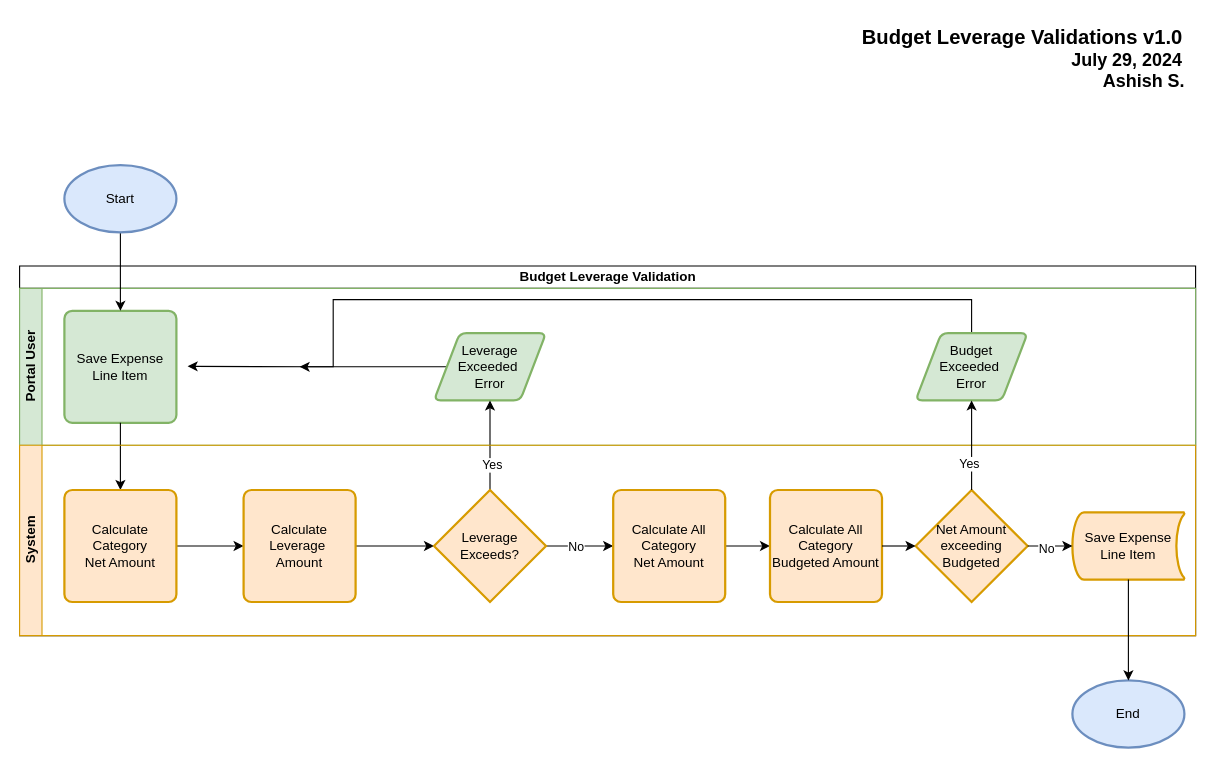
Before: ODH/Ohio.drawio in AshishSinghSFDC/System-Design, a draw.io diagram. Source tidied: cells renumbered, new cells numbered last; positions are measured from the earlier drawing's top-left corner, leaving out a move shared by most shapes. Both pictures are drawn from the tidied source at 112%, with x=0, y=0 at pixel (19, 19).
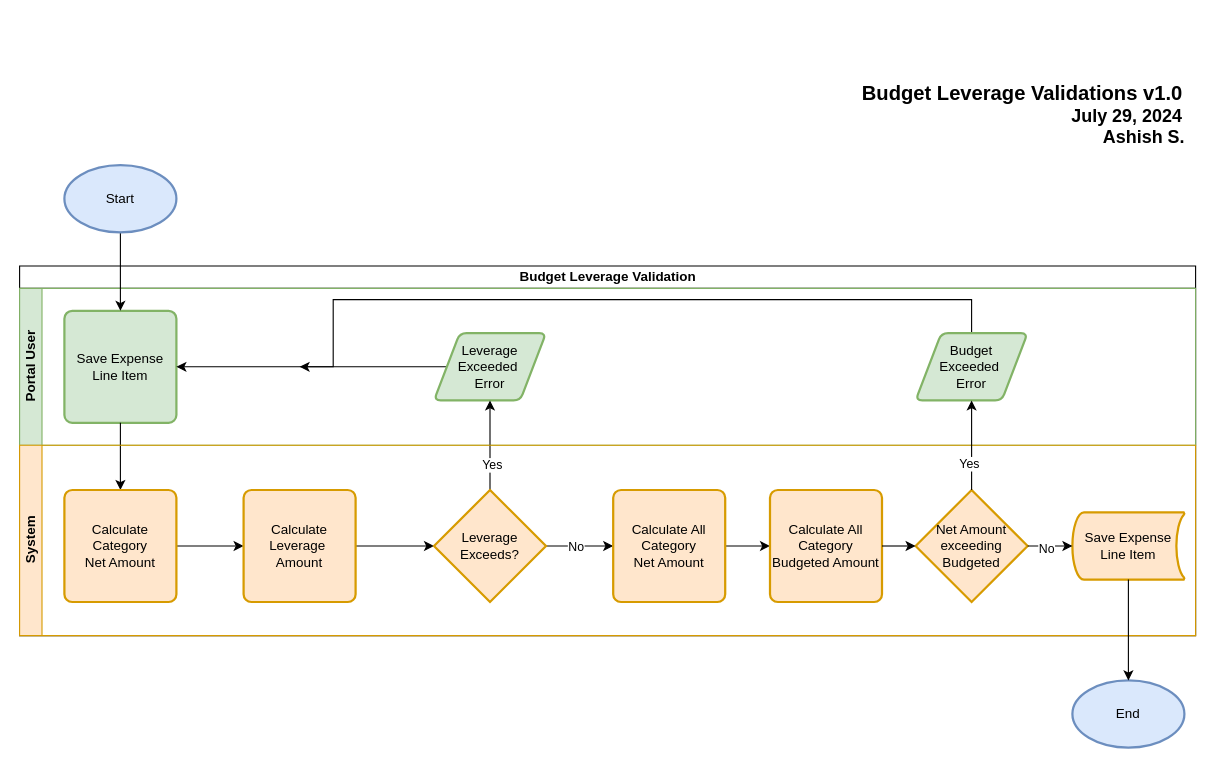
The same diagram, later.

Unchanged cells that the change refers to:
```xml
<mxCell id="3" value="Portal User" style="swimlane;startSize=20;horizontal=0;html=1;fillColor=#d5e8d4;strokeColor=#82b366;" parent="2" vertex="1">
  <mxGeometry y="20" width="1050" height="140" as="geometry" />
</mxCell>
<mxCell id="4" value="Save Expense Line Item" style="rounded=1;whiteSpace=wrap;html=1;absoluteArcSize=1;arcSize=14;strokeWidth=2;fillColor=#d5e8d4;strokeColor=#82b366;" parent="3" vertex="1">
  <mxGeometry x="40" y="20" width="100" height="100" as="geometry" />
</mxCell>
<mxCell id="6" value="Leverage Exceeded&amp;nbsp;&lt;div&gt;Error&lt;/div&gt;" style="shape=parallelogram;html=1;strokeWidth=2;perimeter=parallelogramPerimeter;whiteSpace=wrap;rounded=1;arcSize=12;size=0.23;fillColor=#d5e8d4;strokeColor=#82b366;" parent="3" vertex="1">
  <mxGeometry x="370" y="40" width="100" height="60" as="geometry" />
</mxCell>
```

The edit, as a diff of the source:
```diff
@@
-    <mxCell id="5" style="edgeStyle=orthogonalEdgeStyle;rounded=0;jettySize=auto;html=1;exitX=0;exitY=0.5;exitDx=0;exitDy=0;" parent="3" edge="1" source="6">
-      <mxGeometry relative="1" as="geometry">
-        <mxPoint x="150" y="69.6" as="targetPoint" />
-      </mxGeometry>
+    <mxCell id="5" style="edgeStyle=orthogonalEdgeStyle;rounded=0;jettySize=auto;html=1;exitX=0;exitY=0.5;exitDx=0;exitDy=0;entryX=1;entryY=0.5;entryDx=0;entryDy=0;" parent="3" edge="1" source="6" target="4">
+      <mxGeometry relative="1" as="geometry" />
     </mxCell>
@@
     <mxCell id="30" value="&lt;font style=&quot;font-size: 18px;&quot;&gt;&lt;b&gt;&lt;span style=&quot;white-space: pre;&quot;&gt;&lt;span style=&quot;white-space: pre;&quot;&gt;&#9;&lt;/span&gt;&lt;/span&gt;Budget Leverage Validations v1.0&lt;/b&gt;&lt;/font&gt;&lt;div&gt;&lt;font size=&quot;3&quot;&gt;&lt;b&gt;&lt;span style=&quot;white-space: pre;&quot;&gt;&#9;&lt;/span&gt;&lt;span style=&quot;white-space: pre;&quot;&gt;&#9;&lt;/span&gt;&lt;span style=&quot;white-space: pre;&quot;&gt;&#9;&lt;/span&gt;&lt;span style=&quot;white-space: pre;&quot;&gt;&#9;&lt;span style=&quot;white-space: pre;&quot;&gt;&#9;&lt;/span&gt;&lt;span style=&quot;white-space: pre;&quot;&gt;&#9;&lt;/span&gt; &lt;/span&gt;&amp;nbsp; July 29, 2024&lt;/b&gt;&lt;/font&gt;&lt;/div&gt;&lt;div&gt;&lt;b style=&quot;background-color: initial; font-size: medium;&quot;&gt;&lt;span style=&quot;white-space: pre;&quot;&gt;&#9;&lt;/span&gt;&lt;span style=&quot;white-space: pre;&quot;&gt;&#9;&lt;/span&gt;&lt;span style=&quot;white-space: pre;&quot;&gt;&#9;&lt;/span&gt;&lt;span style=&quot;white-space: pre;&quot;&gt;&#9;&lt;/span&gt;&lt;span style=&quot;white-space: pre;&quot;&gt;&#9;&lt;/span&gt;&lt;span style=&quot;white-space: pre;&quot;&gt;&#9;&lt;/span&gt;&lt;span style=&quot;white-space: pre;&quot;&gt;&#9;&lt;/span&gt;&amp;nbsp; Ashish S.&lt;/b&gt;&lt;font size=&quot;3&quot;&gt;&lt;b&gt;&lt;br&gt;&lt;/b&gt;&lt;/font&gt;&lt;/div&gt;" style="text;html=1;align=center;verticalAlign=middle;strokeColor=none;fillColor=none;" parent="1" vertex="1">
-      <mxGeometry x="700" width="350" height="70" as="geometry" />
+      <mxGeometry x="700" y="50" width="350" height="70" as="geometry" />
     </mxCell>
```
